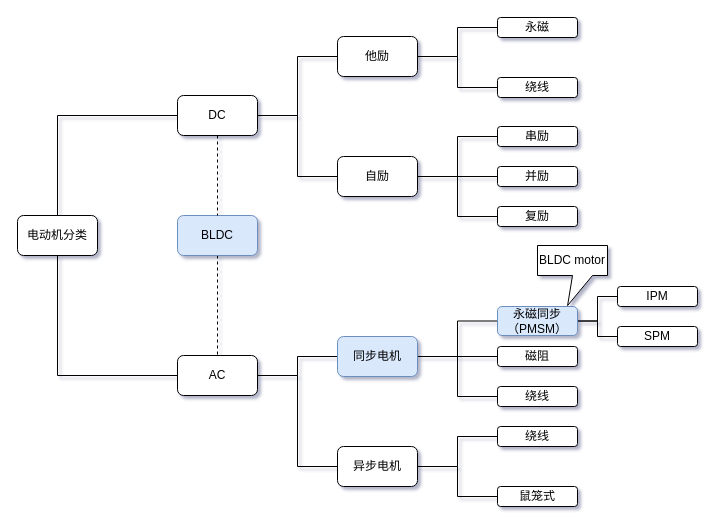
This is 电动机分类.drawio from Vinson-001/Blog-flow-chart, a draw.io file, before an edit. Source tidied: cells renumbered, new cells numbered last; positions are measured from the earlier drawing's top-left corner, leaving out a move shared by most shapes. Both pictures are drawn from the tidied source at 100%, with x=0, y=0 at pixel (17, 17).
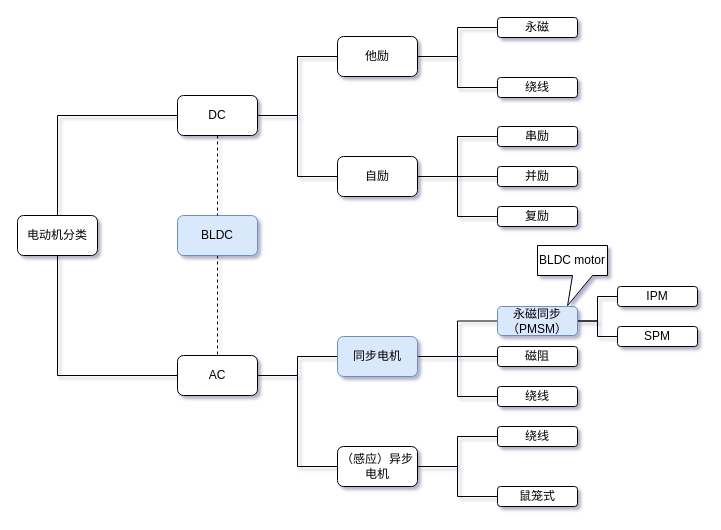
After the change.

Commit message (it also covers changes not shown here):
更新电动机分类.drawio

What changed in the source:
```diff
@@
-    <mxCell id="32" value="异步电机" style="rounded=1;whiteSpace=wrap;html=1;" parent="1" vertex="1">
+    <mxCell id="32" value="（感应）异步电机" style="rounded=1;whiteSpace=wrap;html=1;" parent="1" vertex="1">
       <mxGeometry x="320" y="429" width="80" height="40" as="geometry" />
     </mxCell>
```
